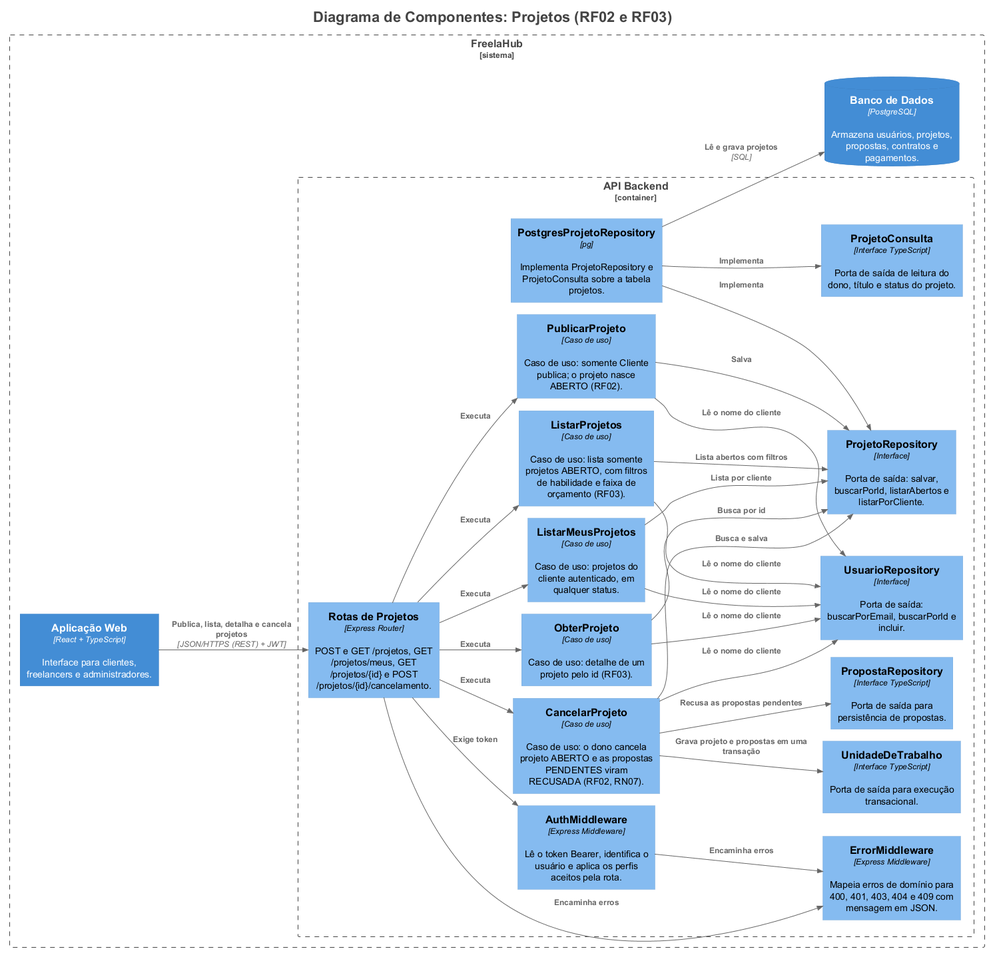
This is docs/c4/componentes-rf02.png from VictorVeras7/FreelaHub, a PlantUML export, as it was before one commit. Its diagram source:
```plantuml
@startuml
!pragma layout smetana
title <size:22>Diagrama de Componentes: Projetos (RF02 e RF03)</size>

set separator none
left to right direction

<style>
  root {
    BackgroundColor: #ffffff
    FontColor: #444444
  }
</style>

!include <C4/C4>
!include <C4/C4_Context>
!include <C4/C4_Container>
!include <C4/C4_Component>

Boundary("FreelaHub_boundary", "FreelaHub", $type="sistema") {
  Boundary("FreelaHub.APIBackend_boundary", "API Backend", $type="container") {
    Component(FreelaHub.APIBackend.PropostaRepository, "PropostaRepository", $techn="Interface TypeScript", $descr="Porta de saída para persistência de propostas.", $tags="", $link="")
    Component(FreelaHub.APIBackend.ProjetoConsulta, "ProjetoConsulta", $techn="Interface TypeScript", $descr="Porta de saída de leitura do dono, título e status do projeto.", $tags="", $link="")
    Component(FreelaHub.APIBackend.UnidadeDeTrabalho, "UnidadeDeTrabalho", $techn="Interface TypeScript", $descr="Porta de saída para execução transacional.", $tags="", $link="")
    Component(FreelaHub.APIBackend.AuthMiddleware, "AuthMiddleware", $techn="Express Middleware", $descr="Lê o token Bearer, identifica o usuário e aplica os perfis aceitos pela rota.", $tags="", $link="")
    Component(FreelaHub.APIBackend.ErrorMiddleware, "ErrorMiddleware", $techn="Express Middleware", $descr="Mapeia erros de domínio para 400, 401, 403, 404 e 409 com mensagem em JSON.", $tags="", $link="")
    Component(FreelaHub.APIBackend.UsuarioRepository, "UsuarioRepository", $techn="Interface", $descr="Porta de saída: buscarPorEmail, buscarPorId e incluir.", $tags="", $link="")
    Component(FreelaHub.APIBackend.RotasdeProjetos, "Rotas de Projetos", $techn="Express Router", $descr="POST e GET /projetos, GET /projetos/meus, GET /projetos/{id} e POST /projetos/{id}/cancelamento.", $tags="", $link="")
    Component(FreelaHub.APIBackend.PublicarProjeto, "PublicarProjeto", $techn="Caso de uso", $descr="Caso de uso: somente Cliente publica; o projeto nasce ABERTO (RF02).", $tags="", $link="")
    Component(FreelaHub.APIBackend.CancelarProjeto, "CancelarProjeto", $techn="Caso de uso", $descr="Caso de uso: o dono cancela projeto ABERTO e as propostas PENDENTES viram RECUSADA (RF02, RN07).", $tags="", $link="")
    Component(FreelaHub.APIBackend.ListarProjetos, "ListarProjetos", $techn="Caso de uso", $descr="Caso de uso: lista somente projetos ABERTO, com filtros de habilidade e faixa de orçamento (RF03).", $tags="", $link="")
    Component(FreelaHub.APIBackend.ListarMeusProjetos, "ListarMeusProjetos", $techn="Caso de uso", $descr="Caso de uso: projetos do cliente autenticado, em qualquer status.", $tags="", $link="")
    Component(FreelaHub.APIBackend.ObterProjeto, "ObterProjeto", $techn="Caso de uso", $descr="Caso de uso: detalhe de um projeto pelo id (RF03).", $tags="", $link="")
    Component(FreelaHub.APIBackend.ProjetoRepository, "ProjetoRepository", $techn="Interface", $descr="Porta de saída: salvar, buscarPorId, listarAbertos e listarPorCliente.", $tags="", $link="")
    Component(FreelaHub.APIBackend.PostgresProjetoRepository, "PostgresProjetoRepository", $techn="pg", $descr="Implementa ProjetoRepository e ProjetoConsulta sobre a tabela projetos.", $tags="", $link="")
  }

  ContainerDb(FreelaHub.BancodeDados, "Banco de Dados", $techn="PostgreSQL", $descr="Armazena usuários, projetos, propostas, contratos e pagamentos.", $tags="", $link="")
  Container(FreelaHub.AplicaçãoWeb, "Aplicação Web", $techn="React + TypeScript", $descr="Interface para clientes, freelancers e administradores.", $tags="", $link="")
}

Rel(FreelaHub.APIBackend.AuthMiddleware, FreelaHub.APIBackend.ErrorMiddleware, "Encaminha erros", $techn="", $tags="", $link="")
Rel(FreelaHub.AplicaçãoWeb, FreelaHub.APIBackend.RotasdeProjetos, "Publica, lista, detalha e cancela projetos", $techn="JSON/HTTPS (REST) + JWT", $tags="", $link="")
Rel(FreelaHub.APIBackend.RotasdeProjetos, FreelaHub.APIBackend.AuthMiddleware, "Exige token", $techn="", $tags="", $link="")
Rel(FreelaHub.APIBackend.RotasdeProjetos, FreelaHub.APIBackend.ErrorMiddleware, "Encaminha erros", $techn="", $tags="", $link="")
Rel(FreelaHub.APIBackend.RotasdeProjetos, FreelaHub.APIBackend.PublicarProjeto, "Executa", $techn="", $tags="", $link="")
Rel(FreelaHub.APIBackend.RotasdeProjetos, FreelaHub.APIBackend.CancelarProjeto, "Executa", $techn="", $tags="", $link="")
Rel(FreelaHub.APIBackend.RotasdeProjetos, FreelaHub.APIBackend.ListarProjetos, "Executa", $techn="", $tags="", $link="")
Rel(FreelaHub.APIBackend.RotasdeProjetos, FreelaHub.APIBackend.ListarMeusProjetos, "Executa", $techn="", $tags="", $link="")
Rel(FreelaHub.APIBackend.RotasdeProjetos, FreelaHub.APIBackend.ObterProjeto, "Executa", $techn="", $tags="", $link="")
Rel(FreelaHub.APIBackend.PublicarProjeto, FreelaHub.APIBackend.ProjetoRepository, "Salva", $techn="", $tags="", $link="")
Rel(FreelaHub.APIBackend.CancelarProjeto, FreelaHub.APIBackend.ProjetoRepository, "Busca e salva", $techn="", $tags="", $link="")
Rel(FreelaHub.APIBackend.CancelarProjeto, FreelaHub.APIBackend.PropostaRepository, "Recusa as propostas pendentes", $techn="", $tags="", $link="")
Rel(FreelaHub.APIBackend.CancelarProjeto, FreelaHub.APIBackend.UnidadeDeTrabalho, "Grava projeto e propostas em uma transação", $techn="", $tags="", $link="")
Rel(FreelaHub.APIBackend.ListarProjetos, FreelaHub.APIBackend.ProjetoRepository, "Lista abertos com filtros", $techn="", $tags="", $link="")
Rel(FreelaHub.APIBackend.ListarMeusProjetos, FreelaHub.APIBackend.ProjetoRepository, "Lista por cliente", $techn="", $tags="", $link="")
Rel(FreelaHub.APIBackend.ObterProjeto, FreelaHub.APIBackend.ProjetoRepository, "Busca por id", $techn="", $tags="", $link="")
Rel(FreelaHub.APIBackend.PublicarProjeto, FreelaHub.APIBackend.UsuarioRepository, "Lê o nome do cliente", $techn="", $tags="", $link="")
Rel(FreelaHub.APIBackend.CancelarProjeto, FreelaHub.APIBackend.UsuarioRepository, "Lê o nome do cliente", $techn="", $tags="", $link="")
Rel(FreelaHub.APIBackend.ListarProjetos, FreelaHub.APIBackend.UsuarioRepository, "Lê o nome do cliente", $techn="", $tags="", $link="")
Rel(FreelaHub.APIBackend.ListarMeusProjetos, FreelaHub.APIBackend.UsuarioRepository, "Lê o nome do cliente", $techn="", $tags="", $link="")
Rel(FreelaHub.APIBackend.ObterProjeto, FreelaHub.APIBackend.UsuarioRepository, "Lê o nome do cliente", $techn="", $tags="", $link="")
Rel(FreelaHub.APIBackend.PostgresProjetoRepository, FreelaHub.APIBackend.ProjetoRepository, "Implementa", $techn="", $tags="", $link="")
Rel(FreelaHub.APIBackend.PostgresProjetoRepository, FreelaHub.APIBackend.ProjetoConsulta, "Implementa", $techn="", $tags="", $link="")
Rel(FreelaHub.APIBackend.PostgresProjetoRepository, FreelaHub.BancodeDados, "Lê e grava projetos", $techn="SQL", $tags="", $link="")

hide stereotypes
@enduml
```
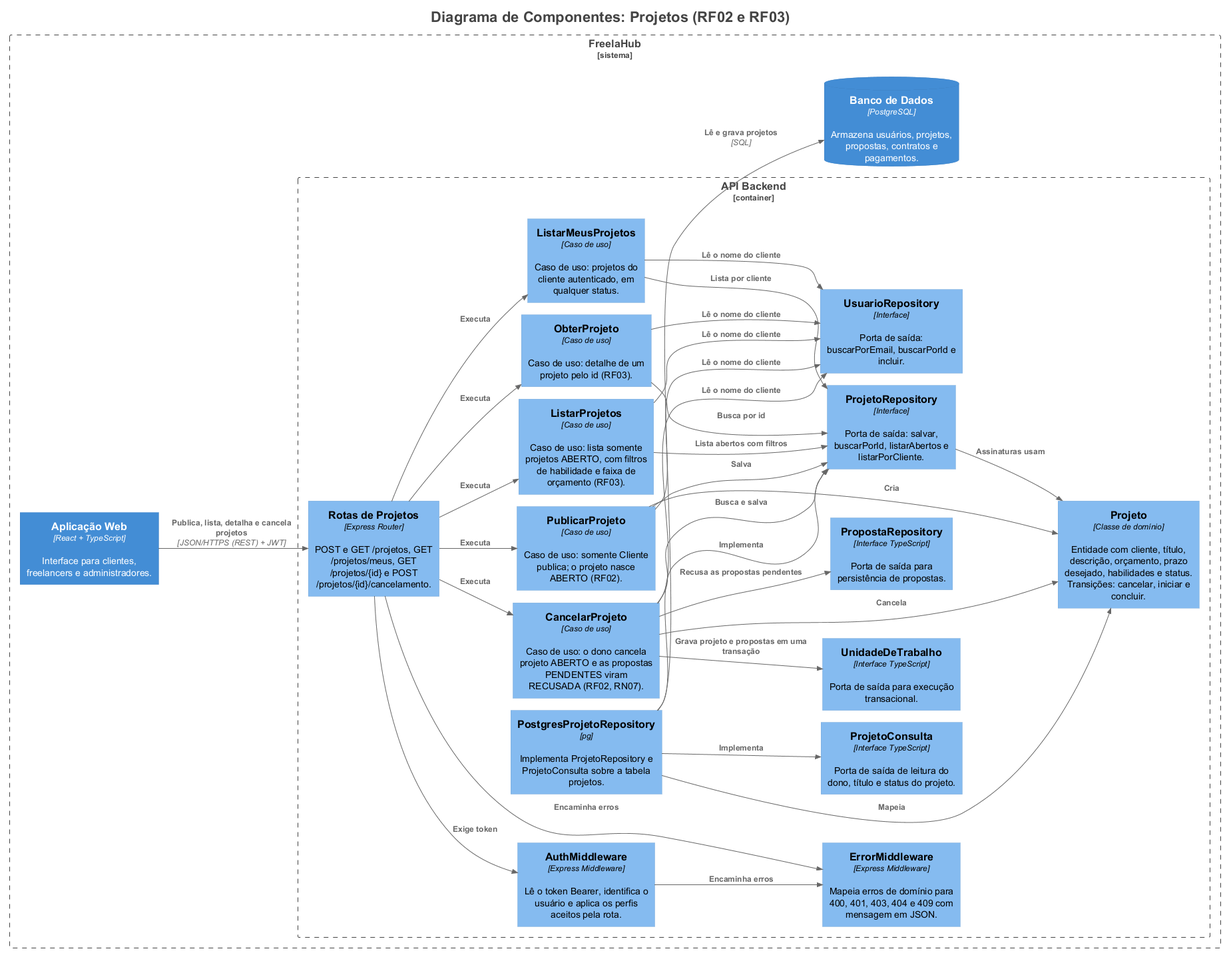
The same diagram one commit later.

Commit message:
docs: mostra a entidade Projeto no diagrama de componentes de RF02 e RF03

Segue o padrao das fatias RF04 e RF05, que mostram Proposta e Contrato na visao de componentes. StatusProjeto continua so no diagrama de codigo.

Refs #66

Change to the diagram source:
```diff
@@ -33,6 +33,7 @@
     Component(FreelaHub.APIBackend.ObterProjeto, "ObterProjeto", $techn="Caso de uso", $descr="Caso de uso: detalhe de um projeto pelo id (RF03).", $tags="", $link="")
     Component(FreelaHub.APIBackend.ProjetoRepository, "ProjetoRepository", $techn="Interface", $descr="Porta de saída: salvar, buscarPorId, listarAbertos e listarPorCliente.", $tags="", $link="")
     Component(FreelaHub.APIBackend.PostgresProjetoRepository, "PostgresProjetoRepository", $techn="pg", $descr="Implementa ProjetoRepository e ProjetoConsulta sobre a tabela projetos.", $tags="", $link="")
+    Component(FreelaHub.APIBackend.Projeto, "Projeto", $techn="Classe de domínio", $descr="Entidade com cliente, título, descrição, orçamento, prazo desejado, habilidades e status. Transições: cancelar, iniciar e concluir.", $tags="", $link="")
   }
 
   ContainerDb(FreelaHub.BancodeDados, "Banco de Dados", $techn="PostgreSQL", $descr="Armazena usuários, projetos, propostas, contratos e pagamentos.", $tags="", $link="")
@@ -48,7 +49,9 @@
 Rel(FreelaHub.APIBackend.RotasdeProjetos, FreelaHub.APIBackend.ListarProjetos, "Executa", $techn="", $tags="", $link="")
 Rel(FreelaHub.APIBackend.RotasdeProjetos, FreelaHub.APIBackend.ListarMeusProjetos, "Executa", $techn="", $tags="", $link="")
 Rel(FreelaHub.APIBackend.RotasdeProjetos, FreelaHub.APIBackend.ObterProjeto, "Executa", $techn="", $tags="", $link="")
+Rel(FreelaHub.APIBackend.PublicarProjeto, FreelaHub.APIBackend.Projeto, "Cria", $techn="", $tags="", $link="")
 Rel(FreelaHub.APIBackend.PublicarProjeto, FreelaHub.APIBackend.ProjetoRepository, "Salva", $techn="", $tags="", $link="")
+Rel(FreelaHub.APIBackend.CancelarProjeto, FreelaHub.APIBackend.Projeto, "Cancela", $techn="", $tags="", $link="")
 Rel(FreelaHub.APIBackend.CancelarProjeto, FreelaHub.APIBackend.ProjetoRepository, "Busca e salva", $techn="", $tags="", $link="")
 Rel(FreelaHub.APIBackend.CancelarProjeto, FreelaHub.APIBackend.PropostaRepository, "Recusa as propostas pendentes", $techn="", $tags="", $link="")
 Rel(FreelaHub.APIBackend.CancelarProjeto, FreelaHub.APIBackend.UnidadeDeTrabalho, "Grava projeto e propostas em uma transação", $techn="", $tags="", $link="")
@@ -60,8 +63,10 @@
 Rel(FreelaHub.APIBackend.ListarProjetos, FreelaHub.APIBackend.UsuarioRepository, "Lê o nome do cliente", $techn="", $tags="", $link="")
 Rel(FreelaHub.APIBackend.ListarMeusProjetos, FreelaHub.APIBackend.UsuarioRepository, "Lê o nome do cliente", $techn="", $tags="", $link="")
 Rel(FreelaHub.APIBackend.ObterProjeto, FreelaHub.APIBackend.UsuarioRepository, "Lê o nome do cliente", $techn="", $tags="", $link="")
+Rel(FreelaHub.APIBackend.ProjetoRepository, FreelaHub.APIBackend.Projeto, "Assinaturas usam", $techn="", $tags="", $link="")
 Rel(FreelaHub.APIBackend.PostgresProjetoRepository, FreelaHub.APIBackend.ProjetoRepository, "Implementa", $techn="", $tags="", $link="")
 Rel(FreelaHub.APIBackend.PostgresProjetoRepository, FreelaHub.APIBackend.ProjetoConsulta, "Implementa", $techn="", $tags="", $link="")
+Rel(FreelaHub.APIBackend.PostgresProjetoRepository, FreelaHub.APIBackend.Projeto, "Mapeia", $techn="", $tags="", $link="")
 Rel(FreelaHub.APIBackend.PostgresProjetoRepository, FreelaHub.BancodeDados, "Lê e grava projetos", $techn="SQL", $tags="", $link="")
 
 hide stereotypes
```
